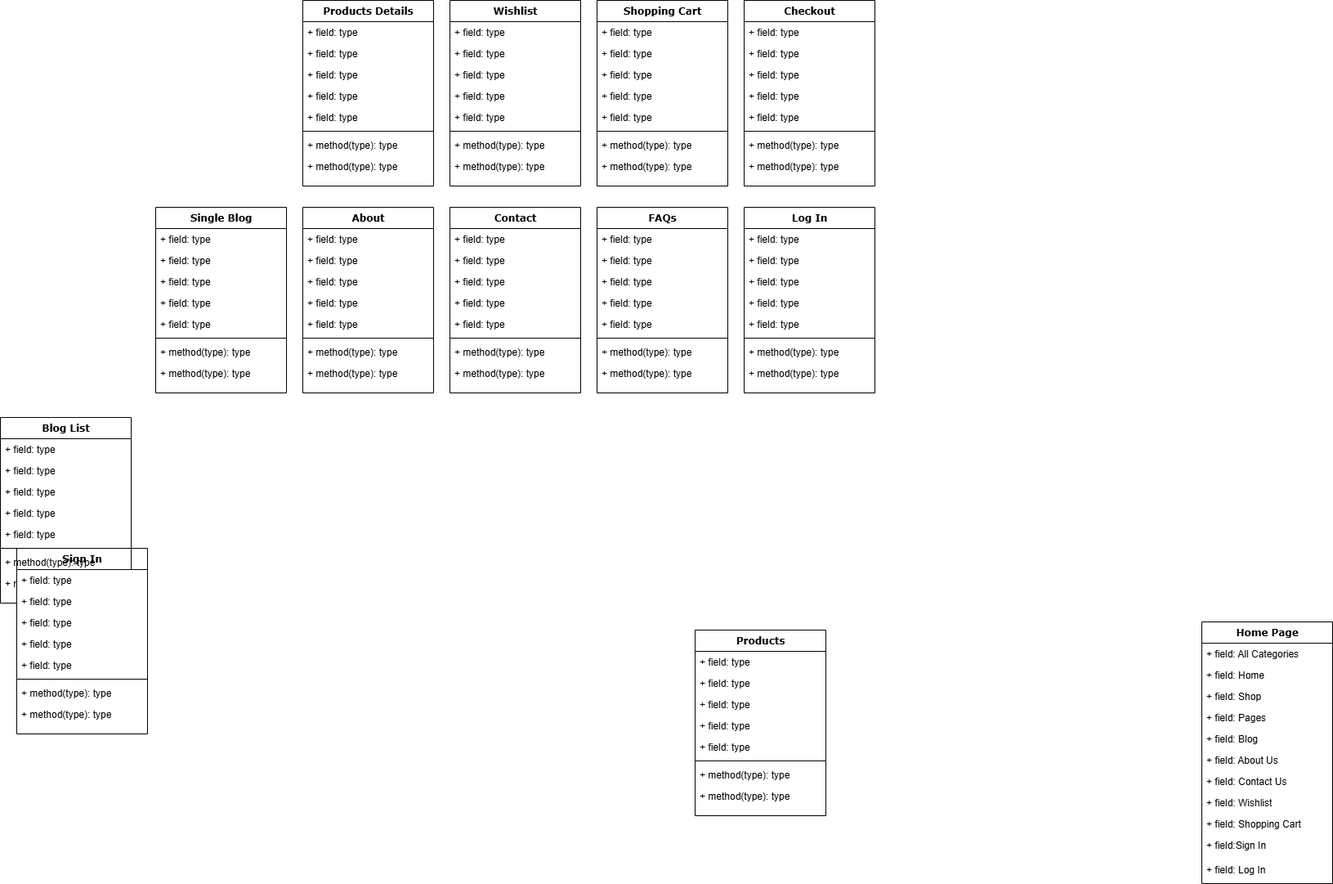
This is assets/img/Eco.drawio.png from AstroP123/DuAnDauTien, a draw.io export, as it was before one commit. Source tidied: cells renumbered, new cells last; positions are measured from the earlier drawing's top-left corner, leaving out a move shared by most shapes.
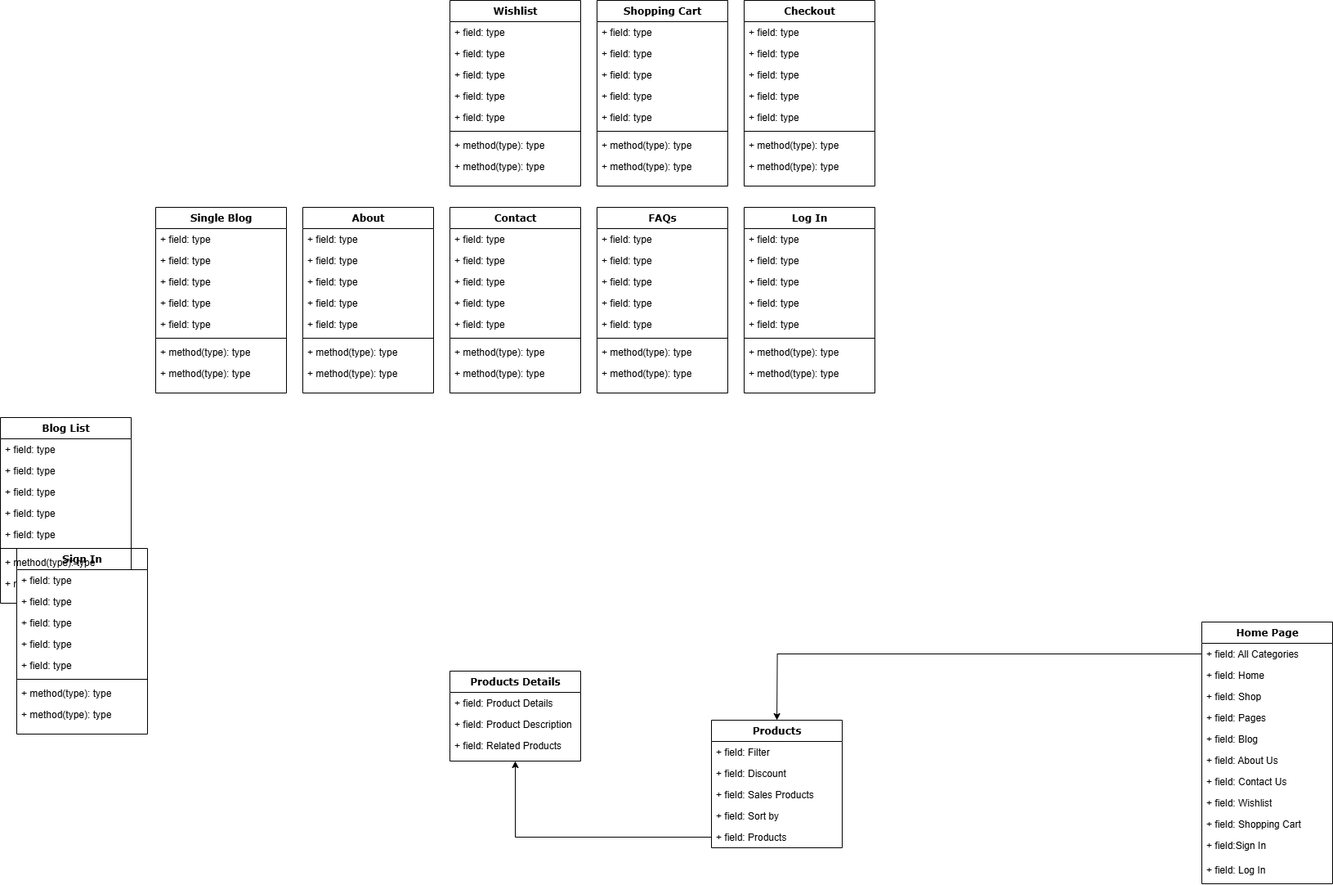
Above is the later version.

Commit message:
Cập nhật Eco.drawio.png

Change to the diagram source:
```diff
@@ -3,32 +3,23 @@
     <mxCell id="0" />
     <mxCell id="1" parent="0" />
     <mxCell id="2" value="Products" style="swimlane;html=1;fontStyle=1;align=center;verticalAlign=top;horizontal=1;startSize=26;swimlaneFillColor=#ffffff;rounded=0;shadow=0;comic=0;labelBackgroundColor=none;strokeWidth=1;fillColor=none;fontFamily=Verdana;fontSize=12;" parent="1" vertex="1">
-      <mxGeometry x="850" y="770" width="160" height="227" as="geometry" />
+      <mxGeometry x="870" y="880" width="160" height="156" as="geometry" />
     </mxCell>
-    <mxCell id="3" value="+ field: type" style="text;html=1;strokeColor=none;fillColor=none;align=left;verticalAlign=top;spacingLeft=4;spacingRight=4;whiteSpace=wrap;overflow=hidden;" parent="2" vertex="1">
+    <mxCell id="3" value="+ field: Filter" style="text;html=1;strokeColor=none;fillColor=none;align=left;verticalAlign=top;spacingLeft=4;spacingRight=4;whiteSpace=wrap;overflow=hidden;" parent="2" vertex="1">
       <mxGeometry y="26" width="160" height="26" as="geometry" />
     </mxCell>
-    <mxCell id="4" value="+ field: type" style="text;html=1;strokeColor=none;fillColor=none;align=left;verticalAlign=top;spacingLeft=4;spacingRight=4;whiteSpace=wrap;overflow=hidden;" parent="2" vertex="1">
+    <mxCell id="4" value="+ field: Discount" style="text;html=1;strokeColor=none;fillColor=none;align=left;verticalAlign=top;spacingLeft=4;spacingRight=4;whiteSpace=wrap;overflow=hidden;" parent="2" vertex="1">
       <mxGeometry y="52" width="160" height="26" as="geometry" />
     </mxCell>
-    <mxCell id="5" value="+ field: type" style="text;html=1;strokeColor=none;fillColor=none;align=left;verticalAlign=top;spacingLeft=4;spacingRight=4;whiteSpace=wrap;overflow=hidden;" parent="2" vertex="1">
+    <mxCell id="5" value="+ field: Sales Products" style="text;html=1;strokeColor=none;fillColor=none;align=left;verticalAlign=top;spacingLeft=4;spacingRight=4;whiteSpace=wrap;overflow=hidden;" parent="2" vertex="1">
       <mxGeometry y="78" width="160" height="26" as="geometry" />
     </mxCell>
-    <mxCell id="6" value="+ field: type" style="text;html=1;strokeColor=none;fillColor=none;align=left;verticalAlign=top;spacingLeft=4;spacingRight=4;whiteSpace=wrap;overflow=hidden;" parent="2" vertex="1">
+    <mxCell id="6" value="+ field: Sort by" style="text;html=1;strokeColor=none;fillColor=none;align=left;verticalAlign=top;spacingLeft=4;spacingRight=4;whiteSpace=wrap;overflow=hidden;" parent="2" vertex="1">
       <mxGeometry y="104" width="160" height="26" as="geometry" />
     </mxCell>
-    <mxCell id="7" value="+ field: type" style="text;html=1;strokeColor=none;fillColor=none;align=left;verticalAlign=top;spacingLeft=4;spacingRight=4;whiteSpace=wrap;overflow=hidden;points=[[0,0.5],[1,0.5]];portConstraint=eastwest;" parent="2" vertex="1">
+    <mxCell id="7" value="+ field: Products" style="text;html=1;strokeColor=none;fillColor=none;align=left;verticalAlign=top;spacingLeft=4;spacingRight=4;whiteSpace=wrap;overflow=hidden;points=[[0,0.5],[1,0.5]];portConstraint=eastwest;" parent="2" vertex="1">
       <mxGeometry y="130" width="160" height="26" as="geometry" />
     </mxCell>
-    <mxCell id="8" style="line;html=1;strokeWidth=1;fillColor=none;align=left;verticalAlign=middle;spacingTop=-1;spacingLeft=3;spacingRight=3;labelPosition=right;" parent="2" vertex="1">
-      <mxGeometry y="156" width="160" height="8" as="geometry" />
-    </mxCell>
-    <mxCell id="9" value="+ method(type): type" style="text;html=1;strokeColor=none;fillColor=none;align=left;verticalAlign=top;spacingLeft=4;spacingRight=4;whiteSpace=wrap;overflow=hidden;" parent="2" vertex="1">
-      <mxGeometry y="164" width="160" height="26" as="geometry" />
-    </mxCell>
-    <mxCell id="10" value="+ method(type): type" style="text;html=1;strokeColor=none;fillColor=none;align=left;verticalAlign=top;spacingLeft=4;spacingRight=4;whiteSpace=wrap;overflow=hidden;" parent="2" vertex="1">
-      <mxGeometry y="190" width="160" height="26" as="geometry" />
-    </mxCell>
     <mxCell id="11" value="Home Page" style="swimlane;html=1;fontStyle=1;align=center;verticalAlign=top;horizontal=1;startSize=26;swimlaneFillColor=#ffffff;rounded=0;shadow=0;comic=0;labelBackgroundColor=none;strokeWidth=1;fillColor=none;fontFamily=Verdana;fontSize=12;" parent="1" vertex="1">
       <mxGeometry x="1470" y="760" width="160" height="320" as="geometry" />
     </mxCell>
@@ -66,32 +57,17 @@
       <mxGeometry y="290" width="160" height="26" as="geometry" />
     </mxCell>
     <mxCell id="23" value="Products Details" style="swimlane;html=1;fontStyle=1;align=center;verticalAlign=top;horizontal=1;startSize=26;swimlaneFillColor=#ffffff;rounded=0;shadow=0;comic=0;labelBackgroundColor=none;strokeWidth=1;fillColor=none;fontFamily=Verdana;fontSize=12;" parent="1" vertex="1">
-      <mxGeometry x="370" width="160" height="227" as="geometry" />
+      <mxGeometry x="550" y="820" width="160" height="110" as="geometry" />
     </mxCell>
-    <mxCell id="24" value="+ field: type" style="text;html=1;strokeColor=none;fillColor=none;align=left;verticalAlign=top;spacingLeft=4;spacingRight=4;whiteSpace=wrap;overflow=hidden;" parent="23" vertex="1">
+    <mxCell id="24" value="+ field: Product Details" style="text;html=1;strokeColor=none;fillColor=none;align=left;verticalAlign=top;spacingLeft=4;spacingRight=4;whiteSpace=wrap;overflow=hidden;" parent="23" vertex="1">
       <mxGeometry y="26" width="160" height="26" as="geometry" />
     </mxCell>
-    <mxCell id="25" value="+ field: type" style="text;html=1;strokeColor=none;fillColor=none;align=left;verticalAlign=top;spacingLeft=4;spacingRight=4;whiteSpace=wrap;overflow=hidden;" parent="23" vertex="1">
+    <mxCell id="25" value="+ field: Product Description" style="text;html=1;strokeColor=none;fillColor=none;align=left;verticalAlign=top;spacingLeft=4;spacingRight=4;whiteSpace=wrap;overflow=hidden;" parent="23" vertex="1">
       <mxGeometry y="52" width="160" height="26" as="geometry" />
     </mxCell>
-    <mxCell id="26" value="+ field: type" style="text;html=1;strokeColor=none;fillColor=none;align=left;verticalAlign=top;spacingLeft=4;spacingRight=4;whiteSpace=wrap;overflow=hidden;" parent="23" vertex="1">
+    <mxCell id="26" value="+ field: Related Products" style="text;html=1;strokeColor=none;fillColor=none;align=left;verticalAlign=top;spacingLeft=4;spacingRight=4;whiteSpace=wrap;overflow=hidden;" parent="23" vertex="1">
       <mxGeometry y="78" width="160" height="26" as="geometry" />
     </mxCell>
-    <mxCell id="27" value="+ field: type" style="text;html=1;strokeColor=none;fillColor=none;align=left;verticalAlign=top;spacingLeft=4;spacingRight=4;whiteSpace=wrap;overflow=hidden;" parent="23" vertex="1">
-      <mxGeometry y="104" width="160" height="26" as="geometry" />
-    </mxCell>
-    <mxCell id="28" value="+ field: type" style="text;html=1;strokeColor=none;fillColor=none;align=left;verticalAlign=top;spacingLeft=4;spacingRight=4;whiteSpace=wrap;overflow=hidden;" parent="23" vertex="1">
-      <mxGeometry y="130" width="160" height="26" as="geometry" />
-    </mxCell>
-    <mxCell id="29" style="line;html=1;strokeWidth=1;fillColor=none;align=left;verticalAlign=middle;spacingTop=-1;spacingLeft=3;spacingRight=3;labelPosition=right;" parent="23" vertex="1">
-      <mxGeometry y="156" width="160" height="8" as="geometry" />
-    </mxCell>
-    <mxCell id="30" value="+ method(type): type" style="text;html=1;strokeColor=none;fillColor=none;align=left;verticalAlign=top;spacingLeft=4;spacingRight=4;whiteSpace=wrap;overflow=hidden;" parent="23" vertex="1">
-      <mxGeometry y="164" width="160" height="26" as="geometry" />
-    </mxCell>
-    <mxCell id="31" value="+ method(type): type" style="text;html=1;strokeColor=none;fillColor=none;align=left;verticalAlign=top;spacingLeft=4;spacingRight=4;whiteSpace=wrap;overflow=hidden;" parent="23" vertex="1">
-      <mxGeometry y="190" width="160" height="26" as="geometry" />
-    </mxCell>
     <mxCell id="32" value="Single Blog" style="swimlane;html=1;fontStyle=1;align=center;verticalAlign=top;horizontal=1;startSize=26;swimlaneFillColor=#ffffff;rounded=0;shadow=0;comic=0;labelBackgroundColor=none;strokeWidth=1;fillColor=none;fontFamily=Verdana;fontSize=12;" parent="1" vertex="1">
       <mxGeometry x="190" y="253" width="160" height="227" as="geometry" />
     </mxCell>
@@ -362,5 +338,13 @@
     <mxCell id="121" value="+ method(type): type" style="text;html=1;strokeColor=none;fillColor=none;align=left;verticalAlign=top;spacingLeft=4;spacingRight=4;whiteSpace=wrap;overflow=hidden;" parent="113" vertex="1">
       <mxGeometry y="190" width="160" height="26" as="geometry" />
     </mxCell>
+    <mxCell id="122" style="edgeStyle=orthogonalEdgeStyle;rounded=0;jettySize=auto;html=1;entryX=1.014;entryY=0.091;entryDx=0;entryDy=0;entryPerimeter=0;" parent="1" edge="1" source="12">
+      <mxGeometry relative="1" as="geometry">
+        <mxPoint x="950.1" y="880" as="targetPoint" />
+      </mxGeometry>
+    </mxCell>
+    <mxCell id="123" style="edgeStyle=orthogonalEdgeStyle;rounded=0;jettySize=auto;html=1;" parent="1" edge="1" source="7" target="23">
+      <mxGeometry relative="1" as="geometry" />
+    </mxCell>
   </root>
 </mxGraphModel>
```
